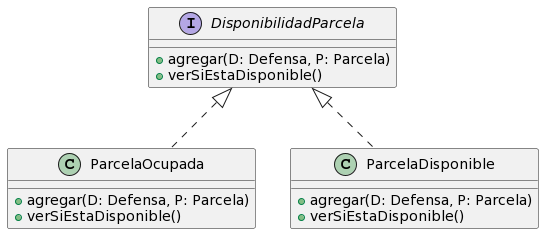
The PlantUML diagram diagrams/classes/DC_3.png in Aldumogi/AlgoDefense, before a commit.
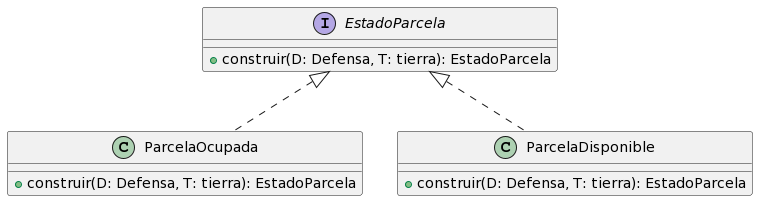
The same diagram one commit later.

Diff of the diagram source:
```diff
@@ -1,19 +1,16 @@
 @startuml
-interface DisponibilidadParcela {
-+ agregar(D: Defensa, P: Parcela)
-+ verSiEstaDisponible()
+interface EstadoParcela {
++ construir(D: Defensa, T: tierra): EstadoParcela
 }
 
 class ParcelaOcupada {
-+ agregar(D: Defensa, P: Parcela)
-+ verSiEstaDisponible()
++ construir(D: Defensa, T: tierra): EstadoParcela
 }
 
 class ParcelaDisponible {
-+ agregar(D: Defensa, P: Parcela)
-+ verSiEstaDisponible()
++ construir(D: Defensa, T: tierra): EstadoParcela
 }
 
-DisponibilidadParcela <|.. ParcelaOcupada
-DisponibilidadParcela <|.. ParcelaDisponible
+EstadoParcela <|.. ParcelaOcupada
+EstadoParcela <|.. ParcelaDisponible
 @enduml
```
